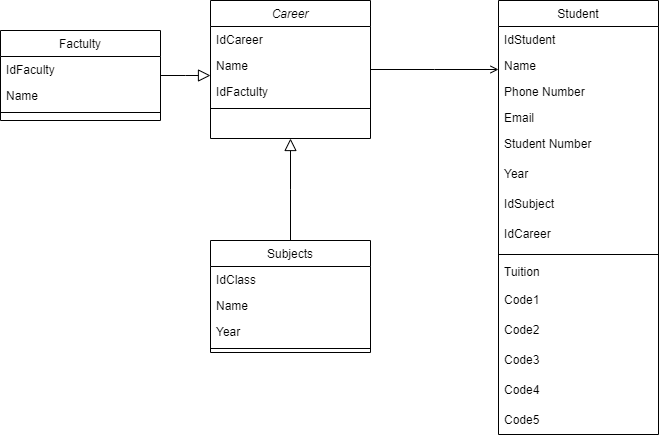
The draw.io diagram Untitled Diagram.drawio.png in GuilleAlvarado/draw, before a commit. Source tidied: cells renumbered, new cells last; positions are measured from the earlier drawing's top-left corner, leaving out a move shared by most shapes.
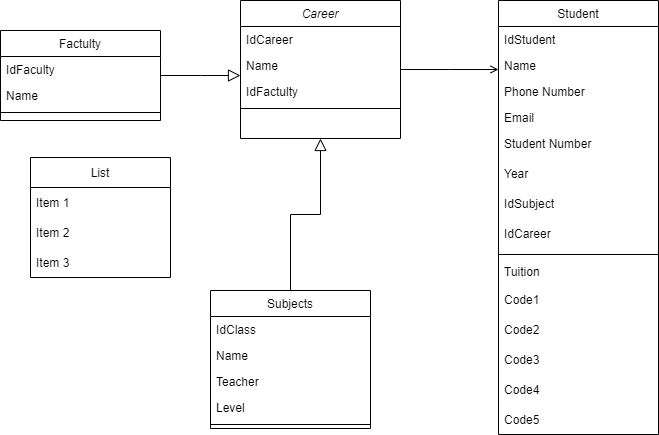
The same diagram one commit later.

Diff of the diagram source:
```diff
@@ -3,7 +3,7 @@
     <mxCell id="0" />
     <mxCell id="1" parent="0" />
     <mxCell id="2" value="Career" style="swimlane;fontStyle=2;align=center;verticalAlign=top;horizontal=1;startSize=26;rounded=0;shadow=0;strokeWidth=1;" parent="1" vertex="1">
-      <mxGeometry x="210" width="160" height="138" as="geometry" />
+      <mxGeometry x="240" width="160" height="138" as="geometry" />
     </mxCell>
     <mxCell id="3" value="IdCareer" style="text;align=left;verticalAlign=top;spacingLeft=4;spacingRight=4;overflow=hidden;" parent="2" vertex="1">
       <mxGeometry y="26" width="160" height="26" as="geometry" />
@@ -33,7 +33,7 @@
       <mxGeometry relative="1" as="geometry" />
     </mxCell>
     <mxCell id="12" value="Subjects" style="swimlane;fontStyle=0;align=center;verticalAlign=top;horizontal=1;startSize=26;rounded=0;shadow=0;strokeWidth=1;" parent="1" vertex="1">
-      <mxGeometry x="210" y="240" width="160" height="112" as="geometry" />
+      <mxGeometry x="210" y="290" width="160" height="138" as="geometry" />
     </mxCell>
     <mxCell id="13" value="IdClass" style="text;align=left;verticalAlign=top;spacingLeft=4;spacingRight=4;overflow=hidden;" parent="12" vertex="1">
       <mxGeometry y="26" width="160" height="26" as="geometry" />
@@ -41,11 +41,14 @@
     <mxCell id="14" value="Name" style="text;align=left;verticalAlign=top;spacingLeft=4;spacingRight=4;overflow=hidden;" parent="12" vertex="1">
       <mxGeometry y="52" width="160" height="26" as="geometry" />
     </mxCell>
-    <mxCell id="15" value="Year" style="text;align=left;verticalAlign=top;spacingLeft=4;spacingRight=4;overflow=hidden;" parent="12" vertex="1">
+    <mxCell id="15" value="Teacher" style="text;align=left;verticalAlign=top;spacingLeft=4;spacingRight=4;overflow=hidden;" parent="12" vertex="1">
       <mxGeometry y="78" width="160" height="26" as="geometry" />
     </mxCell>
+    <mxCell id="35" value="Level" style="text;align=left;verticalAlign=top;spacingLeft=4;spacingRight=4;overflow=hidden;" parent="12" vertex="1">
+      <mxGeometry y="104" width="160" height="26" as="geometry" />
+    </mxCell>
     <mxCell id="16" style="line;html=1;strokeWidth=1;align=left;verticalAlign=middle;spacingTop=-1;spacingLeft=3;spacingRight=3;labelPosition=right;" parent="12" vertex="1">
-      <mxGeometry y="104" width="160" height="8" as="geometry" />
+      <mxGeometry y="130" width="160" height="8" as="geometry" />
     </mxCell>
     <mxCell id="17" style="endArrow=block;endSize=10;endFill=0;shadow=0;strokeWidth=1;rounded=0;edgeStyle=elbowEdgeStyle;elbow=vertical;" parent="1" edge="1" source="12" target="2">
       <mxGeometry relative="1" as="geometry" />
@@ -103,5 +106,17 @@
         <mxPoint x="-40" y="32" as="offset" />
       </mxGeometry>
     </mxCell>
+    <mxCell id="36" value="List" style="swimlane;fontStyle=0;horizontal=1;startSize=30;" parent="1" vertex="1">
+      <mxGeometry x="30" y="157" width="140" height="120" as="geometry" />
+    </mxCell>
+    <mxCell id="37" value="Item 1" style="text;strokeColor=none;fillColor=none;align=left;verticalAlign=middle;spacingLeft=4;spacingRight=4;overflow=hidden;" parent="36" vertex="1">
+      <mxGeometry y="30" width="140" height="30" as="geometry" />
+    </mxCell>
+    <mxCell id="38" value="Item 2" style="text;strokeColor=none;fillColor=none;align=left;verticalAlign=middle;spacingLeft=4;spacingRight=4;overflow=hidden;" parent="36" vertex="1">
+      <mxGeometry y="60" width="140" height="30" as="geometry" />
+    </mxCell>
+    <mxCell id="39" value="Item 3" style="text;strokeColor=none;fillColor=none;align=left;verticalAlign=middle;spacingLeft=4;spacingRight=4;overflow=hidden;" parent="36" vertex="1">
+      <mxGeometry y="90" width="140" height="30" as="geometry" />
+    </mxCell>
   </root>
 </mxGraphModel>
```
